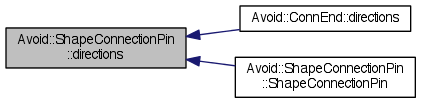
mjwybrow/adaptagrams keeps this Graphviz diagram as documentation/classAvoid_1_1ShapeConnectionPin_a8e5f61ff9ea19d7f6f548aab60b9412b_icgraph.png. Above is the earlier version. Its source is kept beside it as documentation/classAvoid_1_1ShapeConnectionPin_a8e5f61ff9ea19d7f6f548aab60b9412b_icgraph.dot.
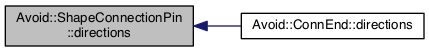
Later version of the same file.

Change to the diagram source:
```diff
@@ -3,9 +3,7 @@
   edge [fontname="Helvetica",fontsize="10",labelfontname="Helvetica",labelfontsize="10"];
   node [fontname="Helvetica",fontsize="10",shape=record];
   rankdir="LR";
-  Node1 [label="Avoid::ShapeConnectionPin\l::directions",height=0.2,width=0.4,color="black", fillcolor="grey75", style="filled" fontcolor="black"];
+  Node1 [label="Avoid::ShapeConnectionPin\l::directions",height=0.2,width=0.4,color="black", fillcolor="grey75", style="filled", fontcolor="black"];
   Node1 -> Node2 [dir="back",color="midnightblue",fontsize="10",style="solid",fontname="Helvetica"];
-  Node2 [label="Avoid::ConnEnd::directions",height=0.2,width=0.4,color="black", fillcolor="white", style="filled",URL="$classAvoid_1_1ConnEnd.html#a62e361f05b7ef65f95162dc2c12d0e21",tooltip="Returns the directions in which this connector endpoint should be given visibility."];
-  Node1 -> Node3 [dir="back",color="midnightblue",fontsize="10",style="solid",fontname="Helvetica"];
-  Node3 [label="Avoid::ShapeConnectionPin\l::ShapeConnectionPin",height=0.2,width=0.4,color="black", fillcolor="white", style="filled",URL="$classAvoid_1_1ShapeConnectionPin.html#a8dc56d20fdd481de3ffc0a11f54ae373",tooltip="Constructs a ShapeConnectionPin at a specified position on a parent shape."];
+  Node2 [label="Avoid::ConnEnd::directions",height=0.2,width=0.4,color="black", fillcolor="white", style="filled",URL="$classAvoid_1_1ConnEnd.html#a62e361f05b7ef65f95162dc2c12d0e21",tooltip="Returns the directions in which this connector endpoint should be given visibility. "];
 }
```
